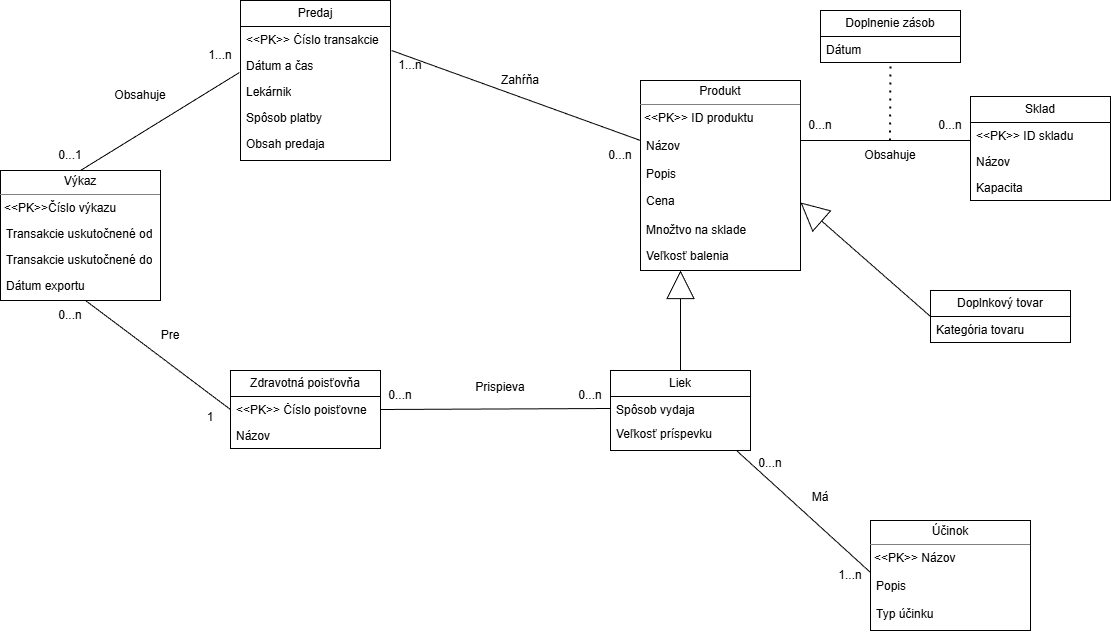
seryRas/IDS_project keeps this draw.io diagram as ERD.png. Above is the earlier version. Source tidied: cells renumbered, new cells last; positions are measured from the earlier drawing's top-left corner, leaving out a move shared by most shapes.
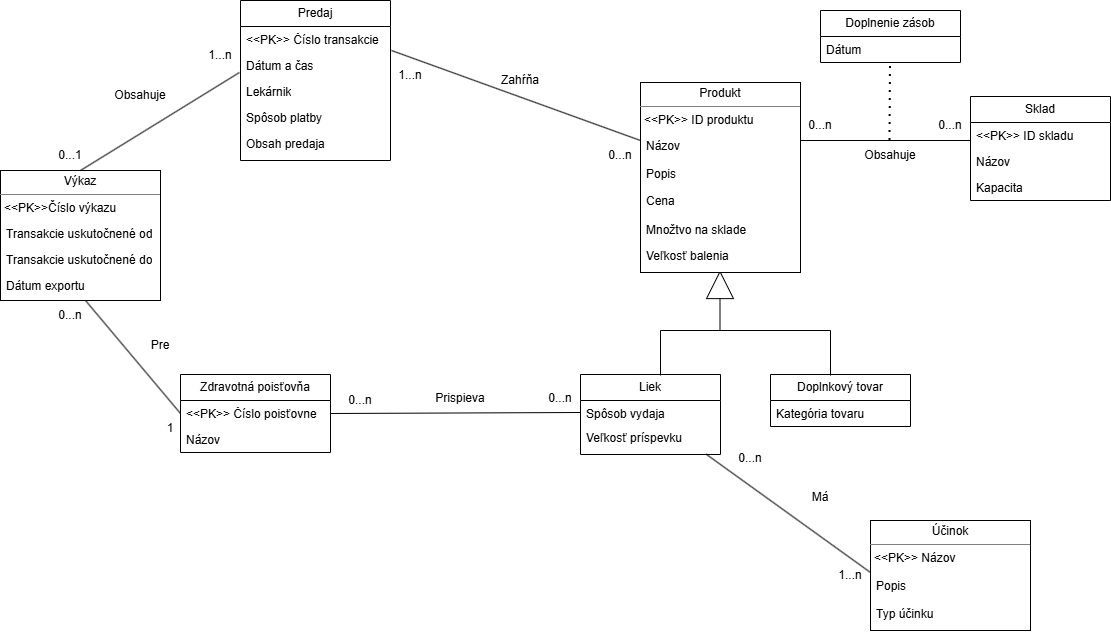
Above is the later version.

Commit message:
upgraded erd

Diff of the diagram source:
```diff
@@ -2,13 +2,14 @@
   <root>
     <mxCell id="0" />
     <mxCell id="1" parent="0" />
-    <mxCell id="2" style="rounded=0;jettySize=auto;html=1;endArrow=block;endFill=0;endSize=26;startSize=9;targetPerimeterSpacing=0;" parent="1" edge="1" source="3">
+    <mxCell id="2" style="rounded=0;orthogonalLoop=1;jettySize=auto;html=1;endArrow=block;endFill=0;endSize=26;startSize=9;targetPerimeterSpacing=0;" parent="1" edge="1">
       <mxGeometry relative="1" as="geometry">
-        <mxPoint x="680" y="270" as="targetPoint" />
+        <mxPoint x="719.5" y="330" as="sourcePoint" />
+        <mxPoint x="719.5" y="270" as="targetPoint" />
       </mxGeometry>
     </mxCell>
     <mxCell id="3" value="Liek" style="swimlane;fontStyle=0;horizontal=1;startSize=26;fillColor=none;whiteSpace=wrap;html=1;labelBackgroundColor=none;" parent="1" vertex="1">
-      <mxGeometry x="610" y="370" width="140" height="80" as="geometry" />
+      <mxGeometry x="580" y="374" width="140" height="80" as="geometry" />
     </mxCell>
     <mxCell id="4" value="Spôsob vydaja&lt;div&gt;&lt;br&gt;&lt;/div&gt;" style="text;strokeColor=none;fillColor=none;align=left;verticalAlign=top;spacingLeft=4;spacingRight=4;overflow=hidden;points=[[0,0.5],[1,0.5]];portConstraint=eastwest;whiteSpace=wrap;html=1;labelBackgroundColor=none;" parent="3" vertex="1">
       <mxGeometry y="26" width="140" height="24" as="geometry" />
@@ -82,13 +83,13 @@
       <mxGeometry x="490" y="65" width="60" height="30" as="geometry" />
     </mxCell>
     <mxCell id="25" value="1...n" style="text;html=1;whiteSpace=wrap;strokeColor=none;fillColor=none;align=center;verticalAlign=middle;rounded=0;labelBackgroundColor=none;" parent="1" vertex="1">
-      <mxGeometry x="380" y="50" width="60" height="30" as="geometry" />
+      <mxGeometry x="380" y="60" width="60" height="30" as="geometry" />
     </mxCell>
     <mxCell id="26" value="0...n" style="text;html=1;whiteSpace=wrap;strokeColor=none;fillColor=none;align=center;verticalAlign=middle;rounded=0;labelBackgroundColor=none;" parent="1" vertex="1">
       <mxGeometry x="590" y="140" width="60" height="30" as="geometry" />
     </mxCell>
     <mxCell id="27" value="Zdravotná poisťovňa" style="swimlane;fontStyle=0;horizontal=1;startSize=26;fillColor=none;whiteSpace=wrap;html=1;labelBackgroundColor=none;" parent="1" vertex="1">
-      <mxGeometry x="230" y="370" width="150" height="78" as="geometry" />
+      <mxGeometry x="180" y="374" width="150" height="78" as="geometry" />
     </mxCell>
     <mxCell id="28" value="&amp;lt;&amp;lt;PK&amp;gt;&amp;gt; Číslo poisťovne" style="text;strokeColor=none;fillColor=none;align=left;verticalAlign=top;spacingLeft=4;spacingRight=4;overflow=hidden;points=[[0,0.5],[1,0.5]];portConstraint=eastwest;whiteSpace=wrap;html=1;labelBackgroundColor=none;" parent="27" vertex="1">
       <mxGeometry y="26" width="150" height="26" as="geometry" />
@@ -97,16 +98,16 @@
       <mxGeometry y="52" width="150" height="26" as="geometry" />
     </mxCell>
     <mxCell id="30" value="0...n" style="text;html=1;whiteSpace=wrap;strokeColor=none;fillColor=none;align=center;verticalAlign=middle;rounded=0;labelBackgroundColor=none;" parent="1" vertex="1">
-      <mxGeometry x="560" y="380" width="60" height="30" as="geometry" />
+      <mxGeometry x="530" y="383" width="60" height="30" as="geometry" />
     </mxCell>
     <mxCell id="31" value="0...n" style="text;html=1;whiteSpace=wrap;strokeColor=none;fillColor=none;align=center;verticalAlign=middle;rounded=0;labelBackgroundColor=none;" parent="1" vertex="1">
-      <mxGeometry x="370" y="380" width="60" height="30" as="geometry" />
+      <mxGeometry x="330" y="385" width="60" height="30" as="geometry" />
     </mxCell>
     <mxCell id="32" value="Pre" style="text;html=1;whiteSpace=wrap;strokeColor=none;fillColor=none;align=center;verticalAlign=middle;rounded=0;labelBackgroundColor=none;" parent="1" vertex="1">
-      <mxGeometry x="140" y="320" width="60" height="30" as="geometry" />
+      <mxGeometry x="130" y="330" width="60" height="30" as="geometry" />
     </mxCell>
     <mxCell id="33" value="1" style="text;html=1;whiteSpace=wrap;strokeColor=none;fillColor=none;align=center;verticalAlign=middle;rounded=0;labelBackgroundColor=none;" parent="1" vertex="1">
-      <mxGeometry x="180" y="402" width="60" height="30" as="geometry" />
+      <mxGeometry x="140" y="413" width="60" height="30" as="geometry" />
     </mxCell>
     <mxCell id="34" value="&lt;p style=&quot;margin:0px;margin-top:4px;text-align:center;&quot;&gt;&lt;span style=&quot;text-align: left;&quot;&gt;Účinok&lt;/span&gt;&lt;/p&gt;&lt;hr size=&quot;1&quot; style=&quot;border-style:solid;&quot;&gt;&lt;p style=&quot;margin:0px;margin-left:4px;&quot;&gt;&lt;/p&gt;&lt;p style=&quot;margin:0px;margin-left:4px;&quot;&gt;&lt;span style=&quot;background-color: transparent; color: light-dark(rgb(0, 0, 0), rgb(255, 255, 255));&quot;&gt;&amp;lt;&amp;lt;PK&amp;gt;&amp;gt; Názov&lt;/span&gt;&lt;/p&gt;" style="verticalAlign=top;align=left;overflow=fill;html=1;whiteSpace=wrap;labelBackgroundColor=none;" parent="1" vertex="1">
       <mxGeometry x="870" y="520" width="160" height="110" as="geometry" />
@@ -130,7 +131,7 @@
       <mxGeometry x="790" y="482" width="60" height="30" as="geometry" />
     </mxCell>
     <mxCell id="41" value="0...n" style="text;html=1;whiteSpace=wrap;strokeColor=none;fillColor=none;align=center;verticalAlign=middle;rounded=0;labelBackgroundColor=none;" parent="1" vertex="1">
-      <mxGeometry x="740" y="448" width="60" height="30" as="geometry" />
+      <mxGeometry x="720" y="443" width="60" height="30" as="geometry" />
     </mxCell>
     <mxCell id="42" value="1...n" style="text;html=1;whiteSpace=wrap;strokeColor=none;fillColor=none;align=center;verticalAlign=middle;rounded=0;labelBackgroundColor=none;" parent="1" vertex="1">
       <mxGeometry x="820" y="560" width="60" height="30" as="geometry" />
@@ -169,7 +170,7 @@
       <mxGeometry y="272" width="160" height="26" as="geometry" />
     </mxCell>
     <mxCell id="54" value="&lt;p style=&quot;text-align: center; margin: 4px 0px 0px;&quot;&gt;Produkt&lt;/p&gt;&lt;hr size=&quot;1&quot; style=&quot;border-style:solid;&quot;&gt;&lt;p style=&quot;margin:0px;margin-left:4px;&quot;&gt;&lt;/p&gt;&lt;p style=&quot;margin:0px;margin-left:4px;&quot;&gt;&lt;span style=&quot;background-color: transparent; color: light-dark(rgb(0, 0, 0), rgb(255, 255, 255));&quot;&gt;&amp;lt;&amp;lt;PK&amp;gt;&amp;gt; ID produktu&lt;/span&gt;&lt;/p&gt;" style="verticalAlign=top;align=left;overflow=fill;html=1;whiteSpace=wrap;labelBackgroundColor=none;" parent="1" vertex="1">
-      <mxGeometry x="640" y="80" width="160" height="190" as="geometry" />
+      <mxGeometry x="640" y="82" width="160" height="190" as="geometry" />
     </mxCell>
     <mxCell id="55" style="edgeStyle=orthogonalEdgeStyle;rounded=0;orthogonalLoop=1;jettySize=auto;html=1;exitX=0.5;exitY=1;exitDx=0;exitDy=0;labelBackgroundColor=none;fontColor=default;" parent="1" edge="1" source="54" target="54">
       <mxGeometry relative="1" as="geometry" />
@@ -196,16 +197,31 @@
       <mxGeometry relative="1" as="geometry" />
     </mxCell>
     <mxCell id="63" value="Prispieva" style="text;html=1;whiteSpace=wrap;strokeColor=none;fillColor=none;align=center;verticalAlign=middle;rounded=0;" parent="1" vertex="1">
-      <mxGeometry x="470" y="372" width="60" height="30" as="geometry" />
+      <mxGeometry x="430" y="383" width="60" height="30" as="geometry" />
     </mxCell>
-    <mxCell id="64" style="rounded=0;jettySize=auto;html=1;entryX=1;entryY=0.5;entryDx=0;entryDy=0;endArrow=block;endFill=0;endSize=26;exitX=0;exitY=0.5;exitDx=0;exitDy=0;" parent="1" edge="1" source="65" target="59">
-      <mxGeometry relative="1" as="geometry" />
-    </mxCell>
     <mxCell id="65" value="Doplnkový tovar" style="swimlane;fontStyle=0;horizontal=1;startSize=26;fillColor=none;whiteSpace=wrap;html=1;labelBackgroundColor=none;" parent="1" vertex="1">
-      <mxGeometry x="930" y="290" width="140" height="52" as="geometry" />
+      <mxGeometry x="770" y="374" width="140" height="52" as="geometry" />
     </mxCell>
     <mxCell id="66" value="Kategória tovaru" style="text;strokeColor=none;fillColor=none;align=left;verticalAlign=top;spacingLeft=4;spacingRight=4;overflow=hidden;whiteSpace=wrap;html=1;labelBackgroundColor=none;" parent="65" vertex="1">
       <mxGeometry y="26" width="140" height="26" as="geometry" />
     </mxCell>
+    <mxCell id="67" style="endArrow=none;html=1;rounded=0;" parent="1" edge="1">
+      <mxGeometry relative="1" as="geometry">
+        <mxPoint x="660" y="330" as="sourcePoint" />
+        <mxPoint x="830" y="330" as="targetPoint" />
+      </mxGeometry>
+    </mxCell>
+    <mxCell id="68" style="endArrow=none;html=1;rounded=0;" parent="1" edge="1">
+      <mxGeometry relative="1" as="geometry">
+        <mxPoint x="830" y="375" as="sourcePoint" />
+        <mxPoint x="830" y="330" as="targetPoint" />
+      </mxGeometry>
+    </mxCell>
+    <mxCell id="69" style="endArrow=none;html=1;rounded=0;" parent="1" edge="1">
+      <mxGeometry relative="1" as="geometry">
+        <mxPoint x="660" y="375" as="sourcePoint" />
+        <mxPoint x="660" y="330" as="targetPoint" />
+      </mxGeometry>
+    </mxCell>
   </root>
 </mxGraphModel>
```
